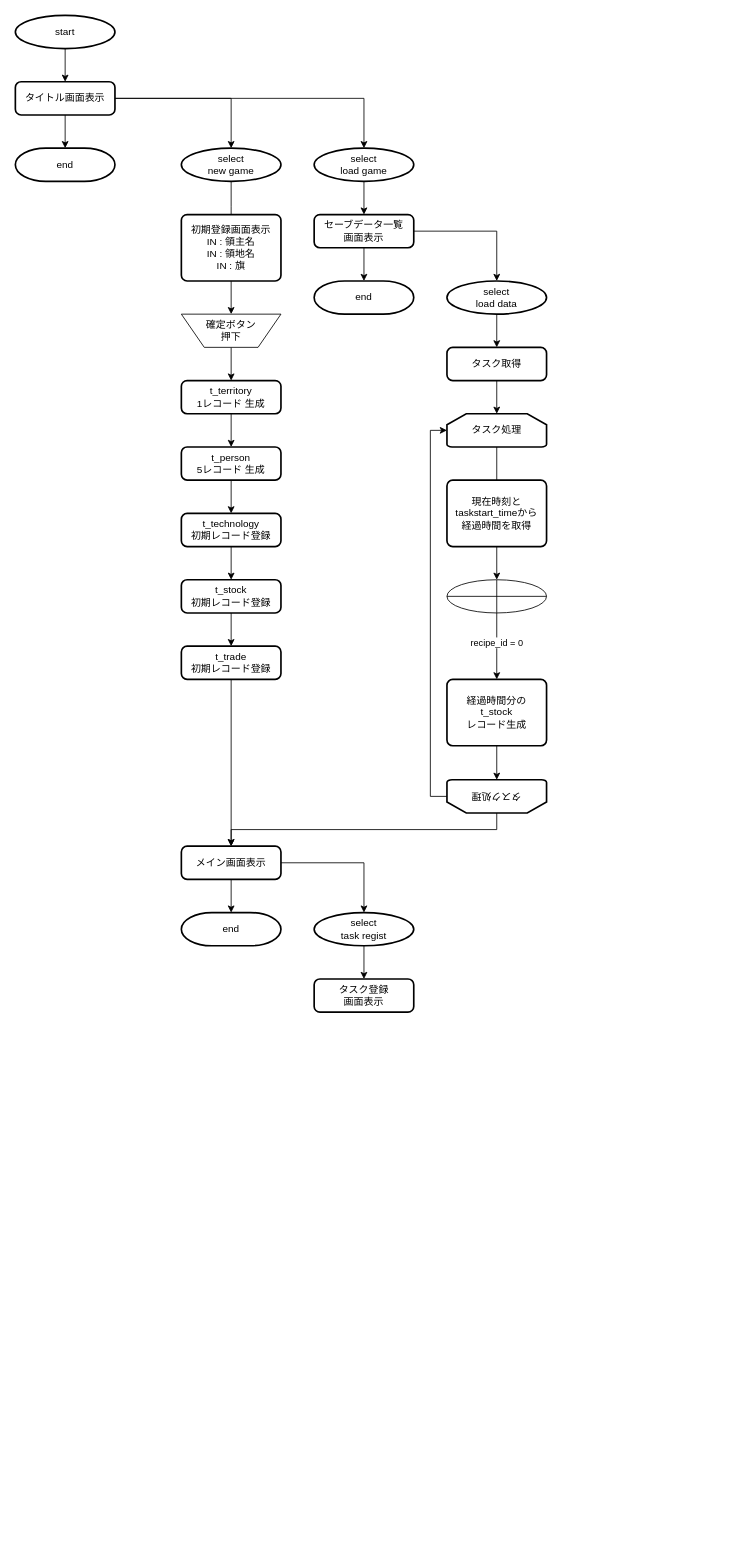
T-Miyaoka/geeklog keeps this draw.io diagram as page "フローチャート" (2 of 2) of table.drawio. Above is the earlier version. Source tidied: cells renumbered, new cells numbered last; positions are measured from the earlier drawing's top-left corner, leaving out a move shared by most shapes. Both pictures are drawn from the tidied source at 83%, with x=0, y=0 at pixel (15, 15).
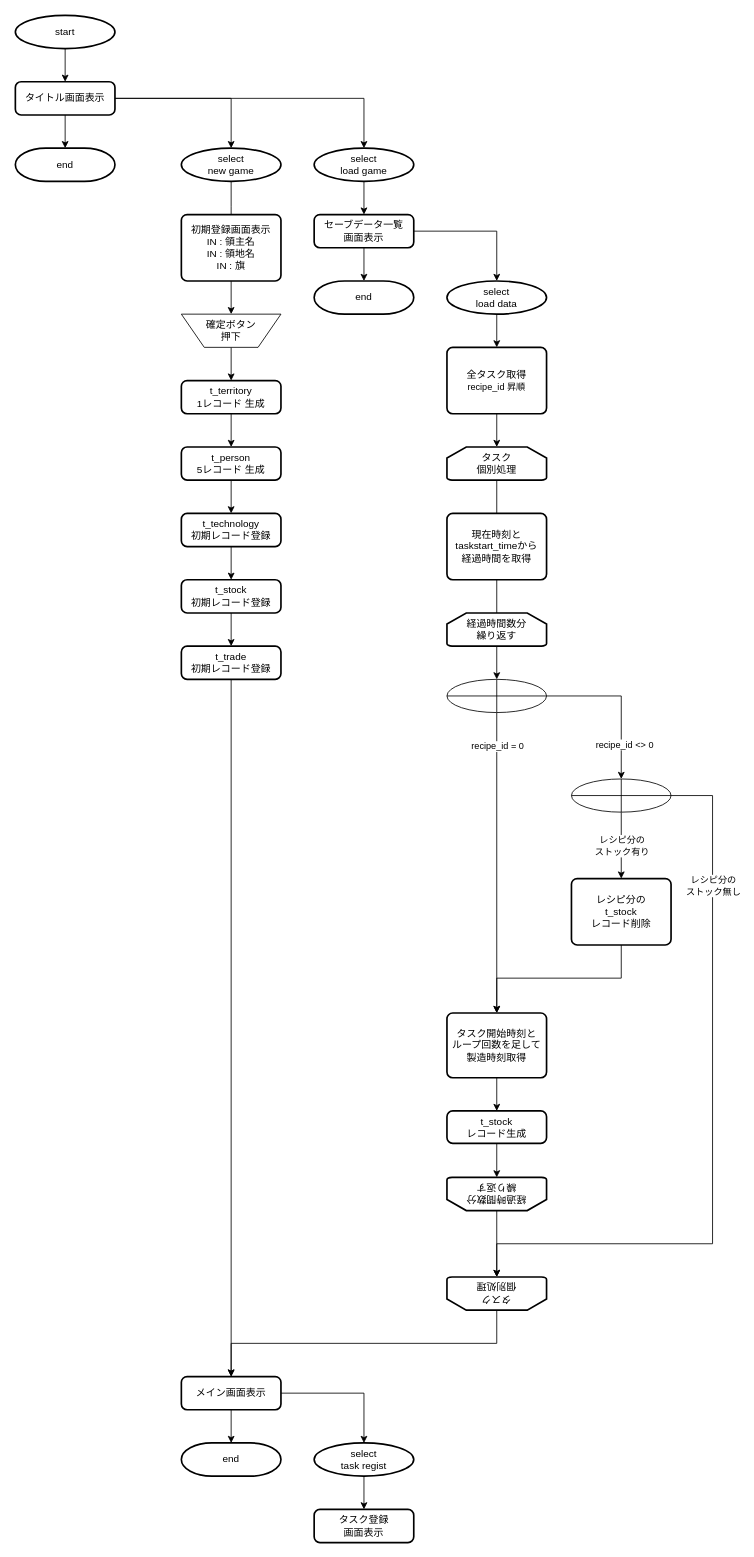
After the change.

Commit message (it also covers changes not shown here):
table.drawio を更新します

What changed in the source:
```diff
@@
     <mxCell id="17" value="&lt;span style=&quot;text-wrap: nowrap;&quot;&gt;&lt;font style=&quot;font-size: 12px;&quot;&gt;メイン画面表示&lt;/font&gt;&lt;/span&gt;" style="rounded=1;whiteSpace=wrap;html=1;absoluteArcSize=1;arcSize=14;strokeWidth=2;" parent="1" vertex="1">
-      <mxGeometry x="200" y="1001" width="120" height="40" as="geometry" />
+      <mxGeometry x="200" y="1640" width="120" height="40" as="geometry" />
     </mxCell>
     <mxCell id="18" value="end" style="strokeWidth=2;html=1;shape=mxgraph.flowchart.terminator;whiteSpace=wrap;" parent="1" vertex="1">
-      <mxGeometry x="200" y="1081" width="120" height="40" as="geometry" />
+      <mxGeometry x="200" y="1720" width="120" height="40" as="geometry" />
     </mxCell>
@@
     <mxCell id="35" style="edgeStyle=orthogonalEdgeStyle;rounded=0;jettySize=auto;html=1;entryX=0.5;entryY=0;entryDx=0;entryDy=0;exitX=0.5;exitY=0;exitDx=0;exitDy=0;exitPerimeter=0;" parent="1" edge="1" source="44" target="17">
       <mxGeometry relative="1" as="geometry">
         <Array as="points">
-          <mxPoint x="580" y="981" />
-          <mxPoint x="260" y="981" />
+          <mxPoint x="580" y="1600" />
+          <mxPoint x="260" y="1600" />
         </Array>
       </mxGeometry>
     </mxCell>
@@
     <mxCell id="38" value="&lt;div&gt;select&lt;/div&gt;&lt;div&gt;task regist&lt;/div&gt;" style="strokeWidth=2;html=1;shape=mxgraph.flowchart.start_1;whiteSpace=wrap;" parent="1" vertex="1">
-      <mxGeometry x="360" y="1081" width="120" height="40" as="geometry" />
+      <mxGeometry x="360" y="1720" width="120" height="40" as="geometry" />
     </mxCell>
     <mxCell id="39" value="&lt;span style=&quot;text-wrap: nowrap;&quot;&gt;&lt;font style=&quot;font-size: 12px;&quot;&gt;タスク登録&lt;/font&gt;&lt;/span&gt;&lt;div&gt;&lt;span style=&quot;text-wrap: nowrap;&quot;&gt;&lt;font style=&quot;font-size: 12px;&quot;&gt;画面表示&lt;/font&gt;&lt;/span&gt;&lt;/div&gt;" style="rounded=1;whiteSpace=wrap;html=1;absoluteArcSize=1;arcSize=14;strokeWidth=2;" parent="1" vertex="1">
-      <mxGeometry x="360" y="1161" width="120" height="40" as="geometry" />
+      <mxGeometry x="360" y="1800" width="120" height="40" as="geometry" />
     </mxCell>
@@
-    <mxCell id="42" value="&lt;span style=&quot;text-wrap: nowrap;&quot;&gt;タスク取得&lt;/span&gt;" style="rounded=1;whiteSpace=wrap;html=1;absoluteArcSize=1;arcSize=14;strokeWidth=2;" parent="1" vertex="1">
-      <mxGeometry x="520" y="400" width="120" height="40" as="geometry" />
+    <mxCell id="42" value="&lt;span style=&quot;text-wrap: nowrap;&quot;&gt;全タスク取得&lt;/span&gt;&lt;div&gt;&lt;span style=&quot;font-size: 11px; text-wrap: nowrap; background-color: rgb(255, 255, 255);&quot;&gt;recipe_id 昇順&lt;/span&gt;&lt;br&gt;&lt;/div&gt;" style="rounded=1;whiteSpace=wrap;html=1;absoluteArcSize=1;arcSize=14;strokeWidth=2;" parent="1" vertex="1">
+      <mxGeometry x="520" y="400" width="120" height="80" as="geometry" />
     </mxCell>
-    <mxCell id="43" value="&lt;div&gt;&lt;span style=&quot;text-wrap: nowrap;&quot;&gt;経過時間分の&lt;/span&gt;&lt;/div&gt;&lt;span style=&quot;text-wrap: nowrap;&quot;&gt;t_stock&lt;/span&gt;&lt;div&gt;&lt;span style=&quot;text-wrap: nowrap;&quot;&gt;レコード生成&lt;/span&gt;&lt;/div&gt;" style="rounded=1;whiteSpace=wrap;html=1;absoluteArcSize=1;arcSize=14;strokeWidth=2;" parent="1" vertex="1">
-      <mxGeometry x="520" y="800" width="120" height="80" as="geometry" />
+    <mxCell id="43" value="&lt;div&gt;&lt;span style=&quot;text-wrap: nowrap; background-color: initial;&quot;&gt;t_stock&lt;/span&gt;&lt;br&gt;&lt;/div&gt;&lt;div&gt;&lt;span style=&quot;text-wrap: nowrap;&quot;&gt;レコード生成&lt;/span&gt;&lt;/div&gt;" style="rounded=1;whiteSpace=wrap;html=1;absoluteArcSize=1;arcSize=14;strokeWidth=2;" parent="1" vertex="1">
+      <mxGeometry x="520" y="1320" width="120" height="39" as="geometry" />
     </mxCell>
-    <mxCell id="44" value="タスク処理" style="strokeWidth=2;html=1;shape=mxgraph.flowchart.loop_limit;whiteSpace=wrap;rotation=-180;" parent="1" vertex="1">
-      <mxGeometry x="520" y="921" width="120" height="40" as="geometry" />
+    <mxCell id="44" value="タスク&lt;div&gt;個別処理&lt;/div&gt;" style="strokeWidth=2;html=1;shape=mxgraph.flowchart.loop_limit;whiteSpace=wrap;rotation=-180;" parent="1" vertex="1">
+      <mxGeometry x="520" y="1520" width="120" height="40" as="geometry" />
     </mxCell>
-    <mxCell id="45" style="edgeStyle=orthogonalEdgeStyle;rounded=0;jettySize=auto;html=1;exitX=0.5;exitY=1;exitDx=0;exitDy=0;exitPerimeter=0;entryX=0.5;entryY=0;entryDx=0;entryDy=0;" parent="1" edge="1" source="47" target="43">
+    <mxCell id="45" style="edgeStyle=orthogonalEdgeStyle;rounded=0;jettySize=auto;html=1;exitX=0.5;exitY=1;exitDx=0;exitDy=0;exitPerimeter=0;" parent="1" edge="1" source="47" target="68">
       <mxGeometry relative="1" as="geometry" />
     </mxCell>
     <mxCell id="46" value="recipe_id = 0" style="edgeLabel;html=1;align=center;verticalAlign=middle;" parent="45" vertex="1">
-      <mxGeometry x="-0.12" y="-1" relative="1" as="geometry" />
+      <mxGeometry x="-0.12" y="-1" relative="1" as="geometry">
+        <mxPoint x="1" y="-119" as="offset" />
+      </mxGeometry>
     </mxCell>
     <mxCell id="47" style="verticalLabelPosition=bottom;verticalAlign=top;html=1;shape=mxgraph.flowchart.summing_function;" parent="1" vertex="1">
-      <mxGeometry x="520" y="680" width="120" height="40" as="geometry" />
+      <mxGeometry x="520" y="800" width="120" height="40" as="geometry" />
     </mxCell>
@@
-    <mxCell id="49" value="タスク処理" style="strokeWidth=2;html=1;shape=mxgraph.flowchart.loop_limit;whiteSpace=wrap;" parent="1" vertex="1">
-      <mxGeometry x="520" y="480" width="120" height="40" as="geometry" />
+    <mxCell id="49" value="タスク&lt;div&gt;個別処理&lt;/div&gt;" style="strokeWidth=2;html=1;shape=mxgraph.flowchart.loop_limit;whiteSpace=wrap;" parent="1" vertex="1">
+      <mxGeometry x="520" y="520" width="120" height="40" as="geometry" />
     </mxCell>
-    <mxCell id="50" style="edgeStyle=orthogonalEdgeStyle;rounded=0;jettySize=auto;html=1;entryX=0;entryY=0.5;entryDx=0;entryDy=0;entryPerimeter=0;exitX=1;exitY=0.5;exitDx=0;exitDy=0;exitPerimeter=0;" parent="1" edge="1" source="44" target="49">
-      <mxGeometry relative="1" as="geometry" />
-    </mxCell>
-    <mxCell id="51" style="edgeStyle=orthogonalEdgeStyle;rounded=0;jettySize=auto;html=1;exitX=0.5;exitY=1;exitDx=0;exitDy=0;entryX=0.5;entryY=1;entryDx=0;entryDy=0;entryPerimeter=0;" parent="1" edge="1" source="43" target="44">
-      <mxGeometry relative="1" as="geometry" />
-    </mxCell>
     <mxCell id="52" value="&lt;span style=&quot;text-align: left;&quot;&gt;&lt;font style=&quot;font-size: 12px;&quot;&gt;現在時刻とtaskstart_timeから&lt;/font&gt;&lt;/span&gt;&lt;div&gt;&lt;span style=&quot;text-align: left;&quot;&gt;&lt;font style=&quot;font-size: 12px;&quot;&gt;経過時間を取得&lt;/font&gt;&lt;/span&gt;&lt;/div&gt;" style="rounded=1;whiteSpace=wrap;html=1;absoluteArcSize=1;arcSize=14;strokeWidth=2;" parent="1" vertex="1">
-      <mxGeometry x="520" y="560" width="120" height="80" as="geometry" />
+      <mxGeometry x="520" y="600" width="120" height="80" as="geometry" />
     </mxCell>
+    <mxCell id="53" style="edgeStyle=orthogonalEdgeStyle;rounded=0;jettySize=auto;html=1;" parent="1" edge="1" target="61">
+      <mxGeometry relative="1" as="geometry">
+        <mxPoint x="580" y="760" as="sourcePoint" />
+      </mxGeometry>
+    </mxCell>
+    <mxCell id="54" style="edgeStyle=orthogonalEdgeStyle;rounded=0;jettySize=auto;html=1;exitX=0.5;exitY=1;exitDx=0;exitDy=0;entryX=0.5;entryY=0;entryDx=0;entryDy=0;" parent="1" edge="1" source="55" target="68">
+      <mxGeometry relative="1" as="geometry">
+        <Array as="points">
+          <mxPoint x="730" y="1160" />
+          <mxPoint x="580" y="1160" />
+        </Array>
+      </mxGeometry>
+    </mxCell>
+    <mxCell id="55" value="&lt;div&gt;&lt;span style=&quot;text-wrap: nowrap;&quot;&gt;レシピ分の&lt;/span&gt;&lt;/div&gt;&lt;span style=&quot;text-wrap: nowrap;&quot;&gt;t_stock&lt;/span&gt;&lt;div&gt;&lt;span style=&quot;text-wrap: nowrap;&quot;&gt;レコード削除&lt;/span&gt;&lt;/div&gt;" style="rounded=1;whiteSpace=wrap;html=1;absoluteArcSize=1;arcSize=14;strokeWidth=2;" parent="1" vertex="1">
+      <mxGeometry x="670" y="1040" width="120" height="80" as="geometry" />
+    </mxCell>
+    <mxCell id="56" style="edgeStyle=orthogonalEdgeStyle;rounded=0;jettySize=auto;html=1;exitX=0.5;exitY=1;exitDx=0;exitDy=0;exitPerimeter=0;entryX=0.5;entryY=0;entryDx=0;entryDy=0;" parent="1" edge="1" source="58" target="55">
+      <mxGeometry relative="1" as="geometry" />
+    </mxCell>
+    <mxCell id="57" value="レシピ分の&lt;div&gt;ストック有り&lt;/div&gt;" style="edgeLabel;html=1;align=center;verticalAlign=middle;" parent="56" vertex="1">
+      <mxGeometry x="0.42" y="2" relative="1" as="geometry">
+        <mxPoint x="-2" y="-17" as="offset" />
+      </mxGeometry>
+    </mxCell>
+    <mxCell id="58" style="verticalLabelPosition=bottom;verticalAlign=top;html=1;shape=mxgraph.flowchart.summing_function;" parent="1" vertex="1">
+      <mxGeometry x="670" y="920" width="120" height="40" as="geometry" />
+    </mxCell>
+    <mxCell id="59" style="edgeStyle=orthogonalEdgeStyle;rounded=0;jettySize=auto;html=1;entryX=0.5;entryY=0;entryDx=0;entryDy=0;entryPerimeter=0;" parent="1" edge="1" source="47" target="58">
+      <mxGeometry relative="1" as="geometry" />
+    </mxCell>
+    <mxCell id="60" value="recipe_id &amp;lt;&amp;gt; 0" style="edgeLabel;html=1;align=center;verticalAlign=middle;" parent="59" vertex="1">
+      <mxGeometry x="0.56" y="3" relative="1" as="geometry" />
+    </mxCell>
+    <mxCell id="61" value="経過時間数分&lt;div&gt;繰り返す&lt;/div&gt;" style="strokeWidth=2;html=1;shape=mxgraph.flowchart.loop_limit;whiteSpace=wrap;" parent="1" vertex="1">
+      <mxGeometry x="520" y="720" width="120" height="40" as="geometry" />
+    </mxCell>
+    <mxCell id="62" style="edgeStyle=orthogonalEdgeStyle;rounded=0;jettySize=auto;html=1;exitX=0.5;exitY=1;exitDx=0;exitDy=0;entryX=0.5;entryY=1;entryDx=0;entryDy=0;entryPerimeter=0;" parent="1" edge="1" source="43" target="63">
+      <mxGeometry relative="1" as="geometry" />
+    </mxCell>
+    <mxCell id="63" value="経過時間数分&lt;div&gt;繰り返す&lt;/div&gt;" style="strokeWidth=2;html=1;shape=mxgraph.flowchart.loop_limit;whiteSpace=wrap;rotation=-180;" parent="1" vertex="1">
+      <mxGeometry x="520" y="1400" width="120" height="40" as="geometry" />
+    </mxCell>
+    <mxCell id="64" style="edgeStyle=orthogonalEdgeStyle;rounded=0;jettySize=auto;html=1;entryX=0.5;entryY=1;entryDx=0;entryDy=0;entryPerimeter=0;" parent="1" edge="1" source="63" target="44">
+      <mxGeometry relative="1" as="geometry" />
+    </mxCell>
+    <mxCell id="65" style="edgeStyle=orthogonalEdgeStyle;rounded=0;jettySize=auto;html=1;entryX=0.5;entryY=1;entryDx=0;entryDy=0;entryPerimeter=0;exitX=1;exitY=0.5;exitDx=0;exitDy=0;exitPerimeter=0;" parent="1" edge="1" source="58" target="44">
+      <mxGeometry relative="1" as="geometry">
+        <Array as="points">
+          <mxPoint x="840" y="940" />
+          <mxPoint x="840" y="1480" />
+          <mxPoint x="580" y="1480" />
+        </Array>
+      </mxGeometry>
+    </mxCell>
+    <mxCell id="66" value="レシピ分の&lt;div&gt;ストック無し&lt;/div&gt;" style="edgeLabel;html=1;align=center;verticalAlign=middle;" parent="65" vertex="1">
+      <mxGeometry x="-0.18" y="-1" relative="1" as="geometry">
+        <mxPoint x="1" y="-207" as="offset" />
+      </mxGeometry>
+    </mxCell>
+    <mxCell id="67" style="edgeStyle=orthogonalEdgeStyle;rounded=0;jettySize=auto;html=1;entryX=0.5;entryY=0;entryDx=0;entryDy=0;" parent="1" edge="1" source="68" target="43">
+      <mxGeometry relative="1" as="geometry" />
+    </mxCell>
+    <mxCell id="68" value="&lt;div&gt;&lt;span style=&quot;text-wrap: nowrap;&quot;&gt;タスク開始時刻と&lt;/span&gt;&lt;/div&gt;&lt;div&gt;&lt;span style=&quot;text-wrap: nowrap;&quot;&gt;ループ回数&lt;/span&gt;&lt;span style=&quot;background-color: initial; text-wrap: nowrap;&quot;&gt;を足して&lt;/span&gt;&lt;span style=&quot;background-color: initial; text-wrap: nowrap;&quot;&gt;製造時刻取得&lt;/span&gt;&lt;/div&gt;" style="rounded=1;whiteSpace=wrap;html=1;absoluteArcSize=1;arcSize=14;strokeWidth=2;" parent="1" vertex="1">
+      <mxGeometry x="520" y="1202" width="120" height="78" as="geometry" />
+    </mxCell>
```
